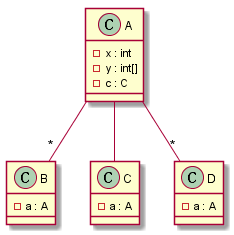
Above: uml1.png in SamJaylnn/UML-Parser (PlantUML), before the change.
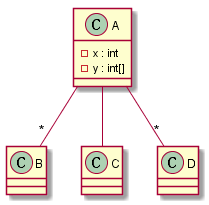
After the commit.

Diff of the diagram source:
```diff
@@ -2,13 +2,9 @@
 class A
 A : -x : int
 A : -y : int[]
-A : -c : C
 class B
-B : -a : A
 class C
-C : -a : A
 class D
-D : -a : A
 A --"*" B
 A --"*" D
 A -- C
```
